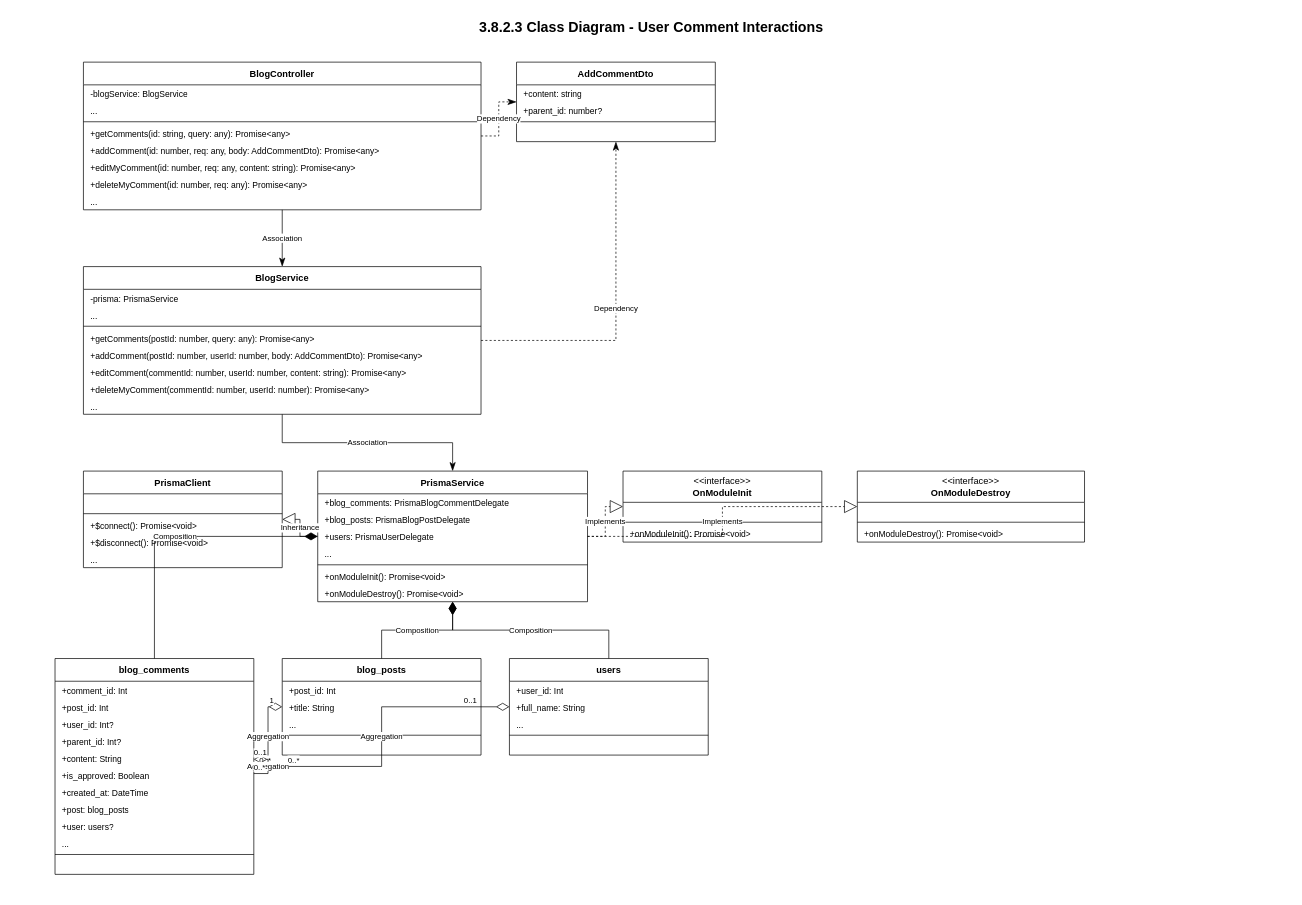
Earlier version of the draw.io diagram page "User Comment Interactions" (4 of 5) of blog_all_class_diagrams.drawio (CuongBC195/class-diagram-donation-blood). Source tidied: cells renumbered, new cells numbered last; positions are measured from the earlier drawing's top-left corner, leaving out a move shared by most shapes. Both pictures are drawn from the tidied source at 71%, with x=0, y=0 at pixel (12, 12).
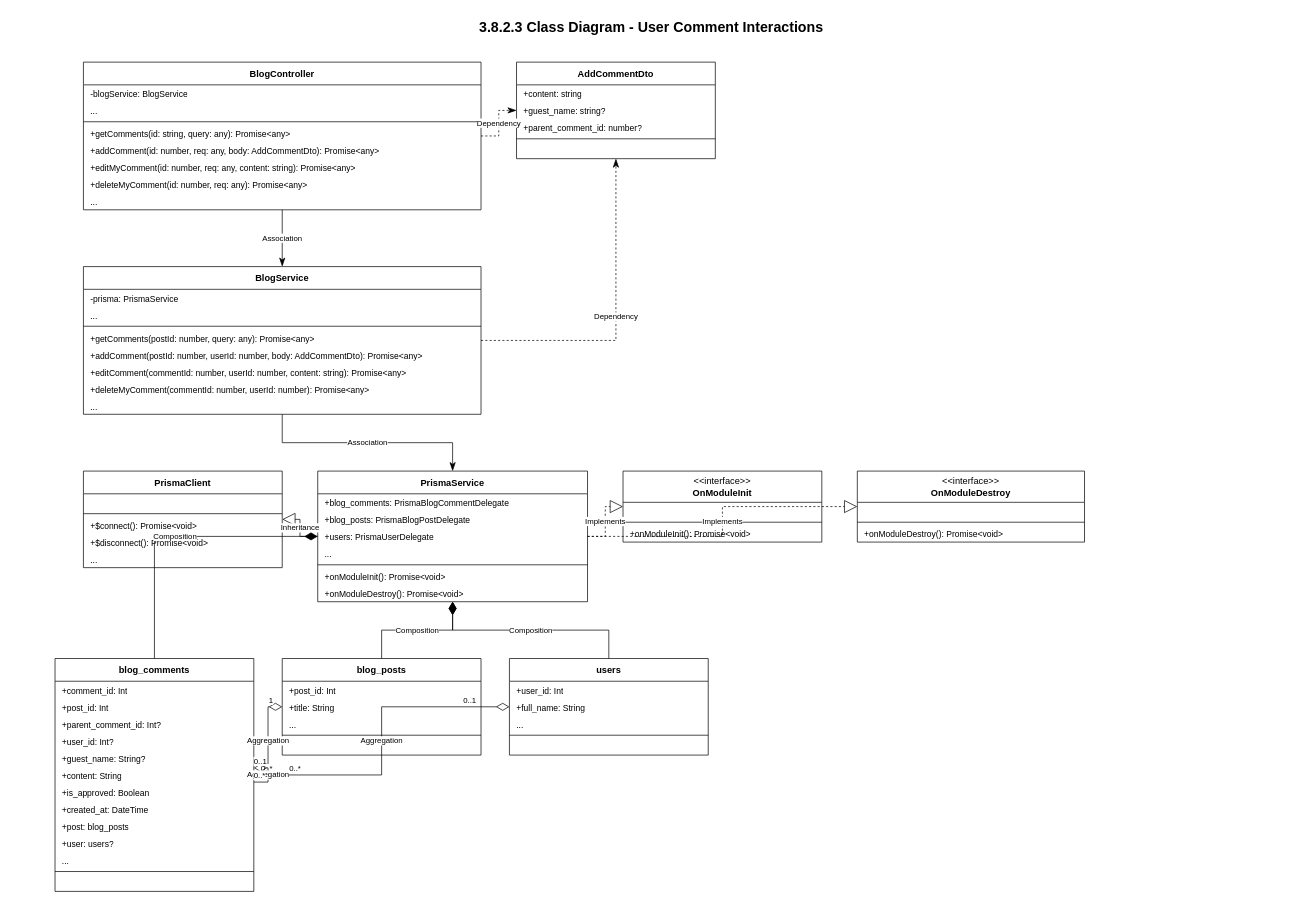
The same diagram, later.

Commit message (it also covers changes not shown here):
fix(diagrams): align Auth and Blog modules 100% with NestJS source and Prisma schema

Diff of the diagram source:
```diff
@@
     <mxCell id="12" value="&lt;b&gt;AddCommentDto&lt;/b&gt;" style="swimlane;fontStyle=0;horizontal=1;startSize=32;whiteSpace=wrap;html=1;fillColor=#ffffff;strokeColor=#000000;swimlaneFillColor=#ffffff;fontColor=#000000;fontFamily=Arial;fontSize=13;" parent="1" vertex="1">
-      <mxGeometry x="710" y="70" width="280" height="112" as="geometry" />
+      <mxGeometry x="710" y="70" width="280" height="136" as="geometry" />
     </mxCell>
@@
-    <mxCell id="14" value="+parent_id: number?" style="text;strokeColor=none;fillColor=none;align=left;verticalAlign=top;spacingLeft=8;spacingRight=8;overflow=hidden;whiteSpace=wrap;html=1;fontFamily=Arial;fontSize=12;fontColor=#000000;" parent="12" vertex="1">
+    <mxCell id="14" value="+guest_name: string?" style="text;strokeColor=none;fillColor=none;align=left;verticalAlign=top;spacingLeft=8;spacingRight=8;overflow=hidden;whiteSpace=wrap;html=1;fontFamily=Arial;fontSize=12;fontColor=#000000;" parent="12" vertex="1">
       <mxGeometry y="56" width="280" height="24" as="geometry" />
     </mxCell>
+    <mxCell id="92" value="+parent_comment_id: number?" style="text;strokeColor=none;fillColor=none;align=left;verticalAlign=top;spacingLeft=8;spacingRight=8;overflow=hidden;whiteSpace=wrap;html=1;fontFamily=Arial;fontSize=12;fontColor=#000000;" parent="12" vertex="1">
+      <mxGeometry y="80" width="280" height="24" as="geometry" />
+    </mxCell>
     <mxCell id="15" style="line;strokeWidth=1;fillColor=none;strokeColor=#000000;align=left;verticalAlign=middle;" parent="12" vertex="1">
-      <mxGeometry y="80" width="280" height="8" as="geometry" />
+      <mxGeometry y="104" width="280" height="8" as="geometry" />
     </mxCell>
     <mxCell id="16" value=" " style="text;strokeColor=none;fillColor=none;align=left;verticalAlign=top;spacingLeft=8;spacingRight=8;overflow=hidden;whiteSpace=wrap;html=1;fontFamily=Arial;fontSize=12;fontColor=#000000;" parent="12" vertex="1">
-      <mxGeometry y="88" width="280" height="24" as="geometry" />
+      <mxGeometry y="112" width="280" height="24" as="geometry" />
     </mxCell>
@@
     <mxCell id="48" value="&lt;b&gt;blog_comments&lt;/b&gt;" style="swimlane;fontStyle=0;horizontal=1;startSize=32;whiteSpace=wrap;html=1;fillColor=#ffffff;strokeColor=#000000;swimlaneFillColor=#ffffff;fontColor=#000000;fontFamily=Arial;fontSize=13;" parent="1" vertex="1">
-      <mxGeometry x="60" y="910" width="280" height="304" as="geometry" />
+      <mxGeometry x="60" y="910" width="280" height="328" as="geometry" />
     </mxCell>
@@
-    <mxCell id="51" value="+user_id: Int?" style="text;strokeColor=none;fillColor=none;align=left;verticalAlign=top;spacingLeft=8;spacingRight=8;overflow=hidden;whiteSpace=wrap;html=1;fontFamily=Arial;fontSize=12;fontColor=#000000;" parent="48" vertex="1">
+    <mxCell id="51" value="+parent_comment_id: Int?" style="text;strokeColor=none;fillColor=none;align=left;verticalAlign=top;spacingLeft=8;spacingRight=8;overflow=hidden;whiteSpace=wrap;html=1;fontFamily=Arial;fontSize=12;fontColor=#000000;" parent="48" vertex="1">
       <mxGeometry y="80" width="280" height="24" as="geometry" />
     </mxCell>
-    <mxCell id="52" value="+parent_id: Int?" style="text;strokeColor=none;fillColor=none;align=left;verticalAlign=top;spacingLeft=8;spacingRight=8;overflow=hidden;whiteSpace=wrap;html=1;fontFamily=Arial;fontSize=12;fontColor=#000000;" parent="48" vertex="1">
+    <mxCell id="52" value="+user_id: Int?" style="text;strokeColor=none;fillColor=none;align=left;verticalAlign=top;spacingLeft=8;spacingRight=8;overflow=hidden;whiteSpace=wrap;html=1;fontFamily=Arial;fontSize=12;fontColor=#000000;" parent="48" vertex="1">
       <mxGeometry y="104" width="280" height="24" as="geometry" />
     </mxCell>
-    <mxCell id="53" value="+content: String" style="text;strokeColor=none;fillColor=none;align=left;verticalAlign=top;spacingLeft=8;spacingRight=8;overflow=hidden;whiteSpace=wrap;html=1;fontFamily=Arial;fontSize=12;fontColor=#000000;" parent="48" vertex="1">
+    <mxCell id="53" value="+guest_name: String?" style="text;strokeColor=none;fillColor=none;align=left;verticalAlign=top;spacingLeft=8;spacingRight=8;overflow=hidden;whiteSpace=wrap;html=1;fontFamily=Arial;fontSize=12;fontColor=#000000;" parent="48" vertex="1">
       <mxGeometry y="128" width="280" height="24" as="geometry" />
     </mxCell>
-    <mxCell id="54" value="+is_approved: Boolean" style="text;strokeColor=none;fillColor=none;align=left;verticalAlign=top;spacingLeft=8;spacingRight=8;overflow=hidden;whiteSpace=wrap;html=1;fontFamily=Arial;fontSize=12;fontColor=#000000;" parent="48" vertex="1">
+    <mxCell id="54" value="+content: String" style="text;strokeColor=none;fillColor=none;align=left;verticalAlign=top;spacingLeft=8;spacingRight=8;overflow=hidden;whiteSpace=wrap;html=1;fontFamily=Arial;fontSize=12;fontColor=#000000;" parent="48" vertex="1">
       <mxGeometry y="152" width="280" height="24" as="geometry" />
     </mxCell>
-    <mxCell id="55" value="+created_at: DateTime" style="text;strokeColor=none;fillColor=none;align=left;verticalAlign=top;spacingLeft=8;spacingRight=8;overflow=hidden;whiteSpace=wrap;html=1;fontFamily=Arial;fontSize=12;fontColor=#000000;" parent="48" vertex="1">
+    <mxCell id="55" value="+is_approved: Boolean" style="text;strokeColor=none;fillColor=none;align=left;verticalAlign=top;spacingLeft=8;spacingRight=8;overflow=hidden;whiteSpace=wrap;html=1;fontFamily=Arial;fontSize=12;fontColor=#000000;" parent="48" vertex="1">
       <mxGeometry y="176" width="280" height="24" as="geometry" />
     </mxCell>
-    <mxCell id="56" value="+post: blog_posts" style="text;strokeColor=none;fillColor=none;align=left;verticalAlign=top;spacingLeft=8;spacingRight=8;overflow=hidden;whiteSpace=wrap;html=1;fontFamily=Arial;fontSize=12;fontColor=#000000;" parent="48" vertex="1">
+    <mxCell id="56" value="+created_at: DateTime" style="text;strokeColor=none;fillColor=none;align=left;verticalAlign=top;spacingLeft=8;spacingRight=8;overflow=hidden;whiteSpace=wrap;html=1;fontFamily=Arial;fontSize=12;fontColor=#000000;" parent="48" vertex="1">
       <mxGeometry y="200" width="280" height="24" as="geometry" />
     </mxCell>
-    <mxCell id="57" value="+user: users?" style="text;strokeColor=none;fillColor=none;align=left;verticalAlign=top;spacingLeft=8;spacingRight=8;overflow=hidden;whiteSpace=wrap;html=1;fontFamily=Arial;fontSize=12;fontColor=#000000;" parent="48" vertex="1">
+    <mxCell id="57" value="+post: blog_posts" style="text;strokeColor=none;fillColor=none;align=left;verticalAlign=top;spacingLeft=8;spacingRight=8;overflow=hidden;whiteSpace=wrap;html=1;fontFamily=Arial;fontSize=12;fontColor=#000000;" parent="48" vertex="1">
       <mxGeometry y="224" width="280" height="24" as="geometry" />
     </mxCell>
-    <mxCell id="58" value="..." style="text;strokeColor=none;fillColor=none;align=left;verticalAlign=top;spacingLeft=8;spacingRight=8;overflow=hidden;whiteSpace=wrap;html=1;fontFamily=Arial;fontSize=12;fontColor=#000000;" parent="48" vertex="1">
+    <mxCell id="58" value="+user: users?" style="text;strokeColor=none;fillColor=none;align=left;verticalAlign=top;spacingLeft=8;spacingRight=8;overflow=hidden;whiteSpace=wrap;html=1;fontFamily=Arial;fontSize=12;fontColor=#000000;" parent="48" vertex="1">
       <mxGeometry y="248" width="280" height="24" as="geometry" />
     </mxCell>
+    <mxCell id="93" value="..." style="text;strokeColor=none;fillColor=none;align=left;verticalAlign=top;spacingLeft=8;spacingRight=8;overflow=hidden;whiteSpace=wrap;html=1;fontFamily=Arial;fontSize=12;fontColor=#000000;" parent="48" vertex="1">
+      <mxGeometry y="272" width="280" height="24" as="geometry" />
+    </mxCell>
     <mxCell id="59" style="line;strokeWidth=1;fillColor=none;strokeColor=#000000;align=left;verticalAlign=middle;" parent="48" vertex="1">
-      <mxGeometry y="272" width="280" height="8" as="geometry" />
+      <mxGeometry y="296" width="280" height="8" as="geometry" />
     </mxCell>
     <mxCell id="60" value=" " style="text;strokeColor=none;fillColor=none;align=left;verticalAlign=top;spacingLeft=8;spacingRight=8;overflow=hidden;whiteSpace=wrap;html=1;fontFamily=Arial;fontSize=12;fontColor=#000000;" parent="48" vertex="1">
-      <mxGeometry y="280" width="280" height="24" as="geometry" />
+      <mxGeometry y="304" width="280" height="24" as="geometry" />
     </mxCell>
```
